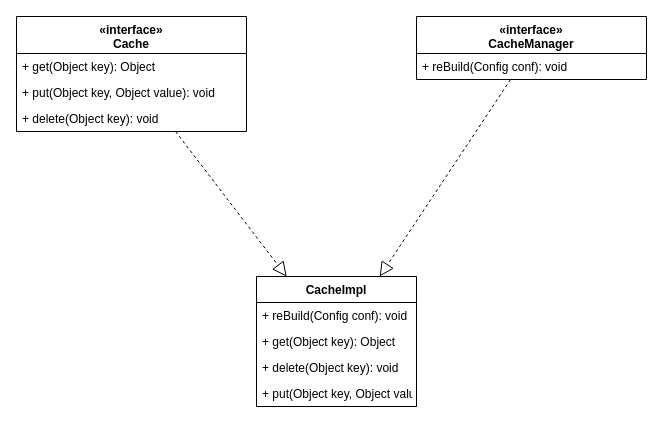
Before: week2/homework.drawio in magicgone-cn/architect-training, a draw.io diagram. Source tidied: cells renumbered, new cells numbered last; positions are measured from the earlier drawing's top-left corner, leaving out a move shared by most shapes. Both pictures are drawn from the tidied source at 100%, with x=0, y=0 at pixel (16, 16).
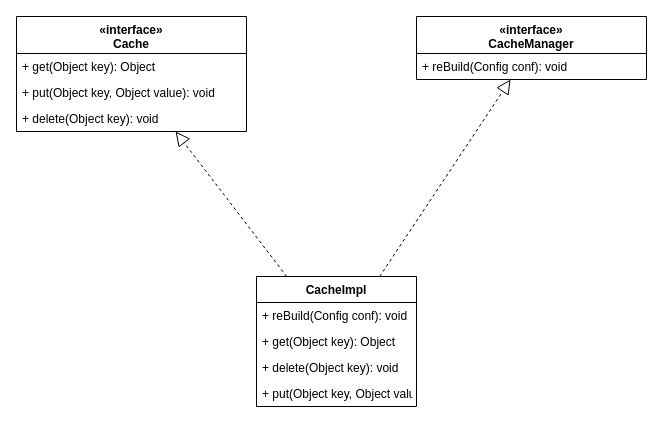
After the change.

What changed in the source:
```diff
@@
 <mxGraphModel>
   <root>
     <mxCell id="0" />
     <mxCell id="1" parent="0" />
     <mxCell id="2" value="«interface»&#10;Cache" style="swimlane;fontStyle=1;align=center;verticalAlign=top;horizontal=1;startSize=37;" parent="1" vertex="1">
       <mxGeometry width="230" height="115" as="geometry" />
     </mxCell>
     <mxCell id="3" value="+ get(Object key): Object" style="text;strokeColor=none;fillColor=none;align=left;verticalAlign=top;spacingLeft=4;spacingRight=4;overflow=hidden;" parent="2" vertex="1">
       <mxGeometry y="37" width="230" height="26" as="geometry" />
     </mxCell>
     <mxCell id="4" value="+ put(Object key, Object value): void" style="text;strokeColor=none;fillColor=none;align=left;verticalAlign=top;spacingLeft=4;spacingRight=4;overflow=hidden;" parent="2" vertex="1">
       <mxGeometry y="63" width="230" height="26" as="geometry" />
     </mxCell>
     <mxCell id="5" value="+ delete(Object key): void" style="text;strokeColor=none;fillColor=none;align=left;verticalAlign=top;spacingLeft=4;spacingRight=4;overflow=hidden;" parent="2" vertex="1">
       <mxGeometry y="89" width="230" height="26" as="geometry" />
     </mxCell>
     <mxCell id="6" value="«interface»&#10;CacheManager" style="swimlane;fontStyle=1;align=center;verticalAlign=top;horizontal=1;startSize=37;" parent="1" vertex="1">
       <mxGeometry x="400" width="230" height="63" as="geometry" />
     </mxCell>
     <mxCell id="7" value="+ reBuild(Config conf): void" style="text;strokeColor=none;fillColor=none;align=left;verticalAlign=top;spacingLeft=4;spacingRight=4;overflow=hidden;" parent="6" vertex="1">
       <mxGeometry y="37" width="230" height="26" as="geometry" />
     </mxCell>
     <mxCell id="8" value="CacheImpl" style="swimlane;fontStyle=1;align=center;verticalAlign=top;horizontal=1;startSize=26;" parent="1" vertex="1">
       <mxGeometry x="240" y="260" width="160" height="130" as="geometry" />
     </mxCell>
     <mxCell id="9" value="+ reBuild(Config conf): void" style="text;strokeColor=none;fillColor=none;align=left;verticalAlign=top;spacingLeft=4;spacingRight=4;overflow=hidden;" parent="8" vertex="1">
       <mxGeometry y="26" width="160" height="26" as="geometry" />
     </mxCell>
     <mxCell id="10" value="+ get(Object key): Object" style="text;strokeColor=none;fillColor=none;align=left;verticalAlign=top;spacingLeft=4;spacingRight=4;overflow=hidden;" parent="8" vertex="1">
       <mxGeometry y="52" width="160" height="26" as="geometry" />
     </mxCell>
     <mxCell id="11" value="+ delete(Object key): void" style="text;strokeColor=none;fillColor=none;align=left;verticalAlign=top;spacingLeft=4;spacingRight=4;overflow=hidden;" parent="8" vertex="1">
       <mxGeometry y="78" width="160" height="26" as="geometry" />
     </mxCell>
     <mxCell id="12" value="+ put(Object key, Object value): void" style="text;strokeColor=none;fillColor=none;align=left;verticalAlign=top;spacingLeft=4;spacingRight=4;overflow=hidden;" parent="8" vertex="1">
       <mxGeometry y="104" width="160" height="26" as="geometry" />
     </mxCell>
-    <mxCell id="13" style="endArrow=block;dashed=1;endFill=0;endSize=12;html=1;" parent="1" edge="1" source="2" target="8">
+    <mxCell id="13" style="endArrow=block;dashed=1;endFill=0;endSize=12;html=1;" parent="1" edge="1" source="8" target="2">
       <mxGeometry relative="1" as="geometry" />
     </mxCell>
-    <mxCell id="14" style="endArrow=block;dashed=1;endFill=0;endSize=12;html=1;" parent="1" edge="1" source="6" target="8">
+    <mxCell id="14" style="endArrow=block;dashed=1;endFill=0;endSize=12;html=1;" parent="1" edge="1" source="8" target="6">
       <mxGeometry relative="1" as="geometry" />
     </mxCell>
   </root>
 </mxGraphModel>
```
